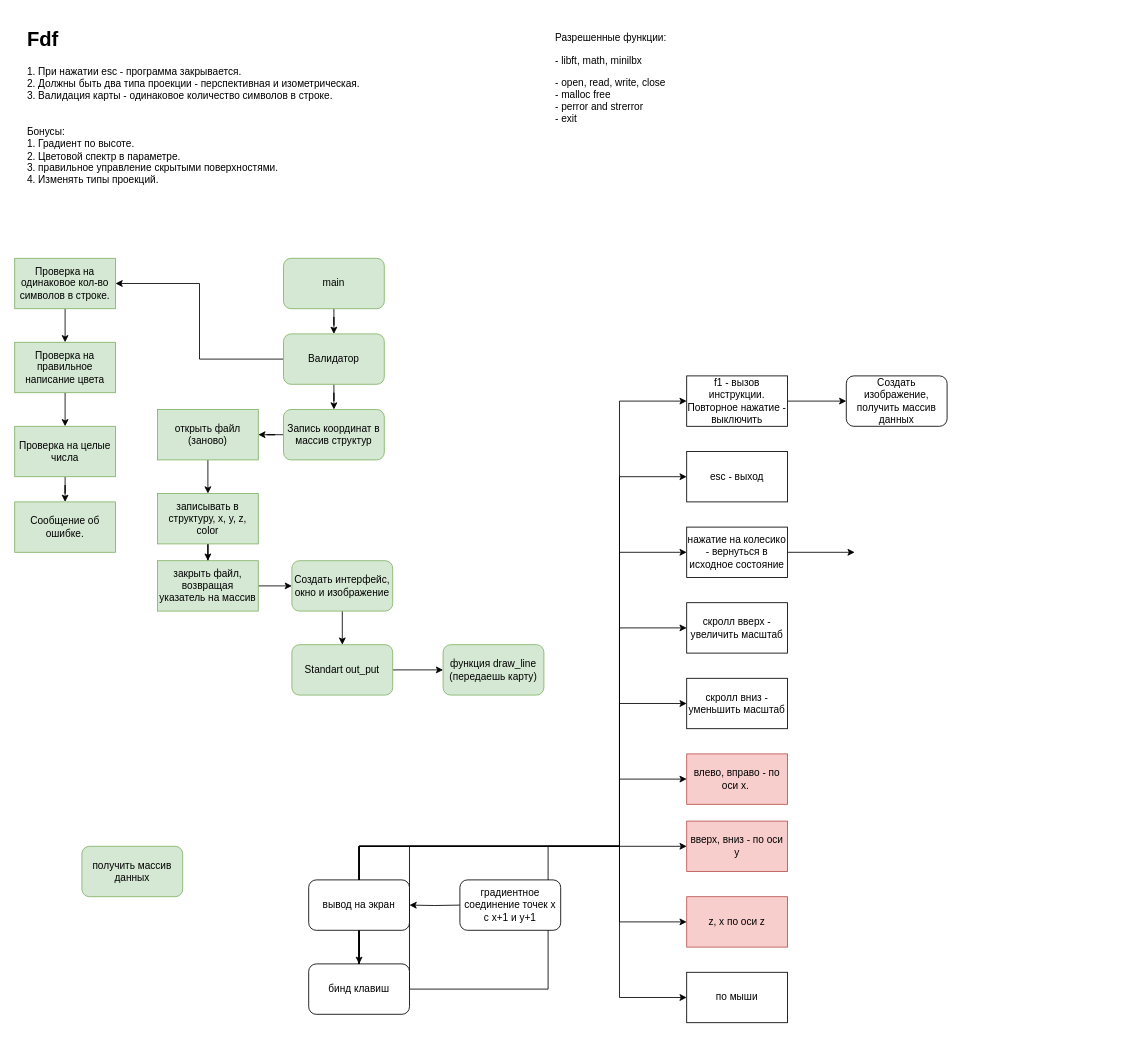
The draw.io diagram map.drawio in Yaroslew/Fdf, before the edit. Source tidied: cells renumbered, new cells numbered last; positions are measured from the earlier drawing's top-left corner, leaving out a move shared by most shapes. Both pictures are drawn from the tidied source at 84%, with x=0, y=0 at pixel (14, 14).
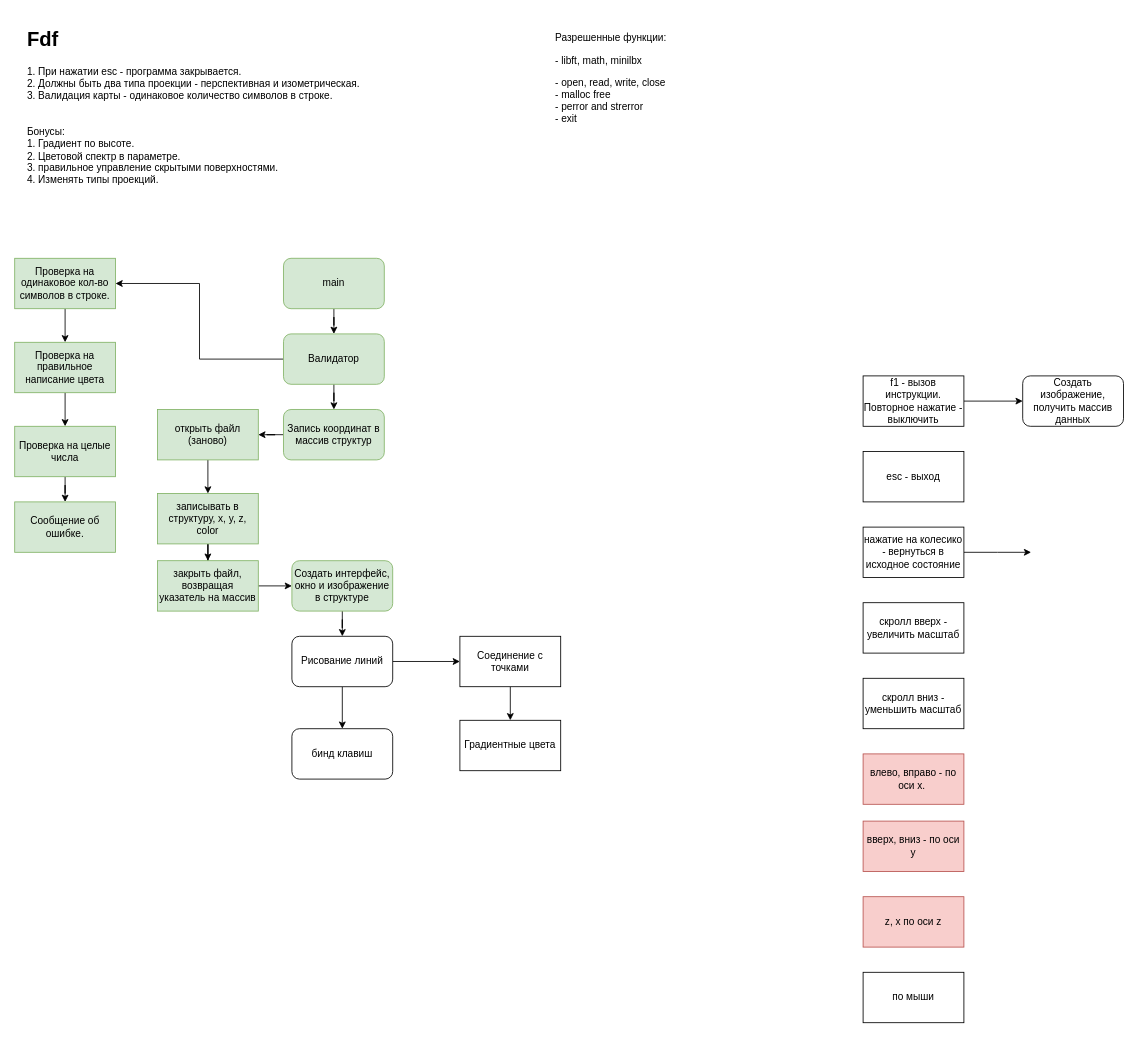
The same diagram, later.

The edit, as a diff of the source:
```diff
@@
-    <mxCell id="15" style="edgeStyle=orthogonalEdgeStyle;rounded=0;jettySize=auto;html=1;exitX=1;exitY=0.5;exitDx=0;exitDy=0;entryX=0;entryY=0.5;entryDx=0;entryDy=0;" parent="1" edge="1" source="24" target="34">
-      <mxGeometry relative="1" as="geometry">
-        <Array as="points">
-          <mxPoint x="720" y="990" />
-          <mxPoint x="720" y="460" />
-        </Array>
-      </mxGeometry>
-    </mxCell>
-    <mxCell id="16" style="edgeStyle=orthogonalEdgeStyle;rounded=0;jettySize=auto;html=1;entryX=0;entryY=0.5;entryDx=0;entryDy=0;" parent="1" edge="1" source="24" target="25">
-      <mxGeometry relative="1" as="geometry">
-        <Array as="points">
-          <mxPoint x="720" y="990" />
-          <mxPoint x="720" y="550" />
-        </Array>
-      </mxGeometry>
-    </mxCell>
-    <mxCell id="17" style="edgeStyle=orthogonalEdgeStyle;rounded=0;jettySize=auto;html=1;entryX=0;entryY=0.5;entryDx=0;entryDy=0;" parent="1" edge="1" source="24" target="27">
-      <mxGeometry relative="1" as="geometry">
-        <Array as="points">
-          <mxPoint x="720" y="990" />
-          <mxPoint x="720" y="640" />
-        </Array>
-      </mxGeometry>
-    </mxCell>
-    <mxCell id="18" style="edgeStyle=orthogonalEdgeStyle;rounded=0;jettySize=auto;html=1;entryX=0;entryY=0.5;entryDx=0;entryDy=0;" parent="1" edge="1" source="24" target="28">
-      <mxGeometry relative="1" as="geometry">
-        <Array as="points">
-          <mxPoint x="720" y="990" />
-          <mxPoint x="720" y="730" />
-        </Array>
-      </mxGeometry>
-    </mxCell>
-    <mxCell id="19" style="edgeStyle=orthogonalEdgeStyle;rounded=0;jettySize=auto;html=1;entryX=0;entryY=0.5;entryDx=0;entryDy=0;" parent="1" edge="1" source="24" target="29">
-      <mxGeometry relative="1" as="geometry">
-        <Array as="points">
-          <mxPoint x="720" y="990" />
-          <mxPoint x="720" y="820" />
-        </Array>
-      </mxGeometry>
-    </mxCell>
-    <mxCell id="20" style="edgeStyle=orthogonalEdgeStyle;rounded=0;jettySize=auto;html=1;entryX=0;entryY=0.5;entryDx=0;entryDy=0;" parent="1" edge="1" source="24" target="30">
-      <mxGeometry relative="1" as="geometry">
-        <Array as="points">
-          <mxPoint x="720" y="990" />
-          <mxPoint x="720" y="910" />
-        </Array>
-      </mxGeometry>
-    </mxCell>
-    <mxCell id="21" style="edgeStyle=orthogonalEdgeStyle;rounded=0;jettySize=auto;html=1;entryX=0;entryY=0.5;entryDx=0;entryDy=0;" parent="1" edge="1" source="24" target="31">
-      <mxGeometry relative="1" as="geometry" />
-    </mxCell>
-    <mxCell id="22" style="edgeStyle=orthogonalEdgeStyle;rounded=0;jettySize=auto;html=1;entryX=0;entryY=0.5;entryDx=0;entryDy=0;" parent="1" edge="1" source="24" target="32">
-      <mxGeometry relative="1" as="geometry">
-        <Array as="points">
-          <mxPoint x="720" y="990" />
-          <mxPoint x="720" y="1080" />
-        </Array>
-      </mxGeometry>
-    </mxCell>
-    <mxCell id="23" style="edgeStyle=orthogonalEdgeStyle;rounded=0;jettySize=auto;html=1;entryX=0;entryY=0.5;entryDx=0;entryDy=0;" parent="1" edge="1" source="24" target="50">
-      <mxGeometry relative="1" as="geometry">
-        <Array as="points">
-          <mxPoint x="720" y="990" />
-          <mxPoint x="720" y="1170" />
-        </Array>
-      </mxGeometry>
-    </mxCell>
     <mxCell id="24" value="бинд клавиш" style="rounded=1;whiteSpace=wrap;html=1;" parent="1" vertex="1">
-      <mxGeometry x="350" y="1130" width="120" height="60" as="geometry" />
+      <mxGeometry x="330" y="850" width="120" height="60" as="geometry" />
     </mxCell>
     <mxCell id="25" value="esc - выход" style="rounded=0;whiteSpace=wrap;html=1;" parent="1" vertex="1">
-      <mxGeometry x="800" y="520" width="120" height="60" as="geometry" />
+      <mxGeometry x="1010" y="520" width="120" height="60" as="geometry" />
     </mxCell>
     <mxCell id="26" style="edgeStyle=orthogonalEdgeStyle;rounded=0;jettySize=auto;html=1;entryX=0;entryY=0.5;entryDx=0;entryDy=0;" parent="1" edge="1" source="27">
       <mxGeometry relative="1" as="geometry">
-        <mxPoint x="1000" y="640" as="targetPoint" />
+        <mxPoint x="1210" y="640" as="targetPoint" />
       </mxGeometry>
     </mxCell>
     <mxCell id="27" value="нажатие на колесико - вернуться в исходное состояние" style="rounded=0;whiteSpace=wrap;html=1;" parent="1" vertex="1">
-      <mxGeometry x="800" y="610" width="120" height="60" as="geometry" />
+      <mxGeometry x="1010" y="610" width="120" height="60" as="geometry" />
     </mxCell>
     <mxCell id="28" value="скролл вверх - увеличить масштаб" style="rounded=0;whiteSpace=wrap;html=1;" parent="1" vertex="1">
-      <mxGeometry x="800" y="700" width="120" height="60" as="geometry" />
+      <mxGeometry x="1010" y="700" width="120" height="60" as="geometry" />
     </mxCell>
     <mxCell id="29" value="скролл вниз - уменьшить масштаб" style="rounded=0;whiteSpace=wrap;html=1;" parent="1" vertex="1">
-      <mxGeometry x="800" y="790" width="120" height="60" as="geometry" />
+      <mxGeometry x="1010" y="790" width="120" height="60" as="geometry" />
     </mxCell>
     <mxCell id="30" value="влево, вправо - по оси x.&amp;nbsp;" style="rounded=0;whiteSpace=wrap;html=1;fillColor=#f8cecc;strokeColor=#b85450;" parent="1" vertex="1">
-      <mxGeometry x="800" y="880" width="120" height="60" as="geometry" />
+      <mxGeometry x="1010" y="880" width="120" height="60" as="geometry" />
     </mxCell>
     <mxCell id="31" value="вверх, вниз - по оси y" style="rounded=0;whiteSpace=wrap;html=1;fillColor=#f8cecc;strokeColor=#b85450;" parent="1" vertex="1">
-      <mxGeometry x="800" y="960" width="120" height="60" as="geometry" />
+      <mxGeometry x="1010" y="960" width="120" height="60" as="geometry" />
     </mxCell>
     <mxCell id="32" value="z, x по оси z" style="rounded=0;whiteSpace=wrap;html=1;fillColor=#f8cecc;strokeColor=#b85450;" parent="1" vertex="1">
-      <mxGeometry x="800" y="1050" width="120" height="60" as="geometry" />
+      <mxGeometry x="1010" y="1050" width="120" height="60" as="geometry" />
     </mxCell>
@@
     <mxCell id="34" value="f1 - вызов инструкции.&lt;br&gt;Повторное нажатие - выключить&lt;br&gt;" style="rounded=0;whiteSpace=wrap;html=1;" parent="1" vertex="1">
-      <mxGeometry x="800" y="430" width="120" height="60" as="geometry" />
+      <mxGeometry x="1010" y="430" width="120" height="60" as="geometry" />
     </mxCell>
@@
-    <mxCell id="44" value="функция draw_line (передаешь карту)" style="rounded=1;whiteSpace=wrap;html=1;fillColor=#d5e8d4;strokeColor=#82b366;" parent="1" vertex="1">
-      <mxGeometry x="510" y="750" width="120" height="60" as="geometry" />
-    </mxCell>
-    <mxCell id="45" style="edgeStyle=orthogonalEdgeStyle;rounded=0;jettySize=auto;html=1;entryX=1;entryY=0.5;entryDx=0;entryDy=0;" parent="1" edge="1" target="48">
-      <mxGeometry relative="1" as="geometry">
-        <mxPoint x="530" y="1060" as="sourcePoint" />
-      </mxGeometry>
-    </mxCell>
-    <mxCell id="46" value="&lt;span&gt;получить массив данных&lt;/span&gt;" style="rounded=1;whiteSpace=wrap;html=1;fillColor=#d5e8d4;strokeColor=#82b366;" parent="1" vertex="1">
-      <mxGeometry x="80" y="990" width="120" height="60" as="geometry" />
-    </mxCell>
-    <mxCell id="47" style="edgeStyle=orthogonalEdgeStyle;rounded=0;jettySize=auto;html=1;entryX=0.5;entryY=0;entryDx=0;entryDy=0;" parent="1" edge="1" source="48" target="24">
-      <mxGeometry relative="1" as="geometry" />
-    </mxCell>
-    <mxCell id="48" value="вывод на экран" style="rounded=1;whiteSpace=wrap;html=1;" parent="1" vertex="1">
-      <mxGeometry x="350" y="1030" width="120" height="60" as="geometry" />
-    </mxCell>
     <mxCell id="49" value="&lt;span&gt;Создать изображение, получить массив данных&lt;/span&gt;" style="rounded=1;whiteSpace=wrap;html=1;" parent="1" vertex="1">
-      <mxGeometry x="990" y="430" width="120" height="60" as="geometry" />
+      <mxGeometry x="1200" y="430" width="120" height="60" as="geometry" />
     </mxCell>
     <mxCell id="50" value="по мыши" style="rounded=0;whiteSpace=wrap;html=1;" parent="1" vertex="1">
-      <mxGeometry x="800" y="1140" width="120" height="60" as="geometry" />
+      <mxGeometry x="1010" y="1140" width="120" height="60" as="geometry" />
     </mxCell>
-    <mxCell id="51" value="&lt;span&gt;градиентное соединение точек x c x+1 и y+1&lt;/span&gt;" style="rounded=1;whiteSpace=wrap;html=1;" parent="1" vertex="1">
-      <mxGeometry x="530" y="1030" width="120" height="60" as="geometry" />
-    </mxCell>
-    <mxCell id="52" style="edgeStyle=orthogonalEdgeStyle;rounded=0;jettySize=auto;html=1;entryX=0.5;entryY=0;entryDx=0;entryDy=0;" parent="1" edge="1" source="53" target="55">
-      <mxGeometry relative="1" as="geometry" />
-    </mxCell>
+    <mxCell id="56" style="edgeStyle=orthogonalEdgeStyle;rounded=0;jettySize=auto;html=1;entryX=0.5;entryY=0;entryDx=0;entryDy=0;" parent="1" edge="1" source="53" target="59">
+      <mxGeometry relative="1" as="geometry" />
+    </mxCell>
-    <mxCell id="53" value="Создать интерфейс, окно и изображение" style="rounded=1;whiteSpace=wrap;html=1;fillColor=#d5e8d4;strokeColor=#82b366;" parent="1" vertex="1">
+    <mxCell id="53" value="Создать интерфейс, окно и изображение в структуре" style="rounded=1;whiteSpace=wrap;html=1;fillColor=#d5e8d4;strokeColor=#82b366;" parent="1" vertex="1">
       <mxGeometry x="330" y="650" width="120" height="60" as="geometry" />
     </mxCell>
-    <mxCell id="54" style="edgeStyle=orthogonalEdgeStyle;rounded=0;jettySize=auto;html=1;entryX=0;entryY=0.5;entryDx=0;entryDy=0;" parent="1" edge="1" source="55" target="44">
-      <mxGeometry relative="1" as="geometry" />
-    </mxCell>
-    <mxCell id="55" value="Standart out_put" style="rounded=1;whiteSpace=wrap;html=1;fillColor=#d5e8d4;strokeColor=#82b366;" parent="1" vertex="1">
-      <mxGeometry x="330" y="750" width="120" height="60" as="geometry" />
-    </mxCell>
+    <mxCell id="57" style="edgeStyle=orthogonalEdgeStyle;rounded=0;jettySize=auto;html=1;entryX=0;entryY=0.5;entryDx=0;entryDy=0;" parent="1" edge="1" source="59" target="61">
+      <mxGeometry relative="1" as="geometry" />
+    </mxCell>
+    <mxCell id="58" style="edgeStyle=orthogonalEdgeStyle;rounded=0;jettySize=auto;html=1;entryX=0.5;entryY=0;entryDx=0;entryDy=0;" parent="1" edge="1" source="59" target="24">
+      <mxGeometry relative="1" as="geometry" />
+    </mxCell>
+    <mxCell id="59" value="Рисование линий" style="rounded=1;whiteSpace=wrap;html=1;" parent="1" vertex="1">
+      <mxGeometry x="330" y="740" width="120" height="60" as="geometry" />
+    </mxCell>
+    <mxCell id="60" style="edgeStyle=orthogonalEdgeStyle;rounded=0;jettySize=auto;html=1;entryX=0.5;entryY=0;entryDx=0;entryDy=0;" parent="1" edge="1" source="61" target="62">
+      <mxGeometry relative="1" as="geometry" />
+    </mxCell>
+    <mxCell id="61" value="Соединение с точками" style="rounded=0;whiteSpace=wrap;html=1;" parent="1" vertex="1">
+      <mxGeometry x="530" y="740" width="120" height="60" as="geometry" />
+    </mxCell>
+    <mxCell id="62" value="Градиентные цвета" style="rounded=0;whiteSpace=wrap;html=1;" parent="1" vertex="1">
+      <mxGeometry x="530" y="840" width="120" height="60" as="geometry" />
+    </mxCell>
```
